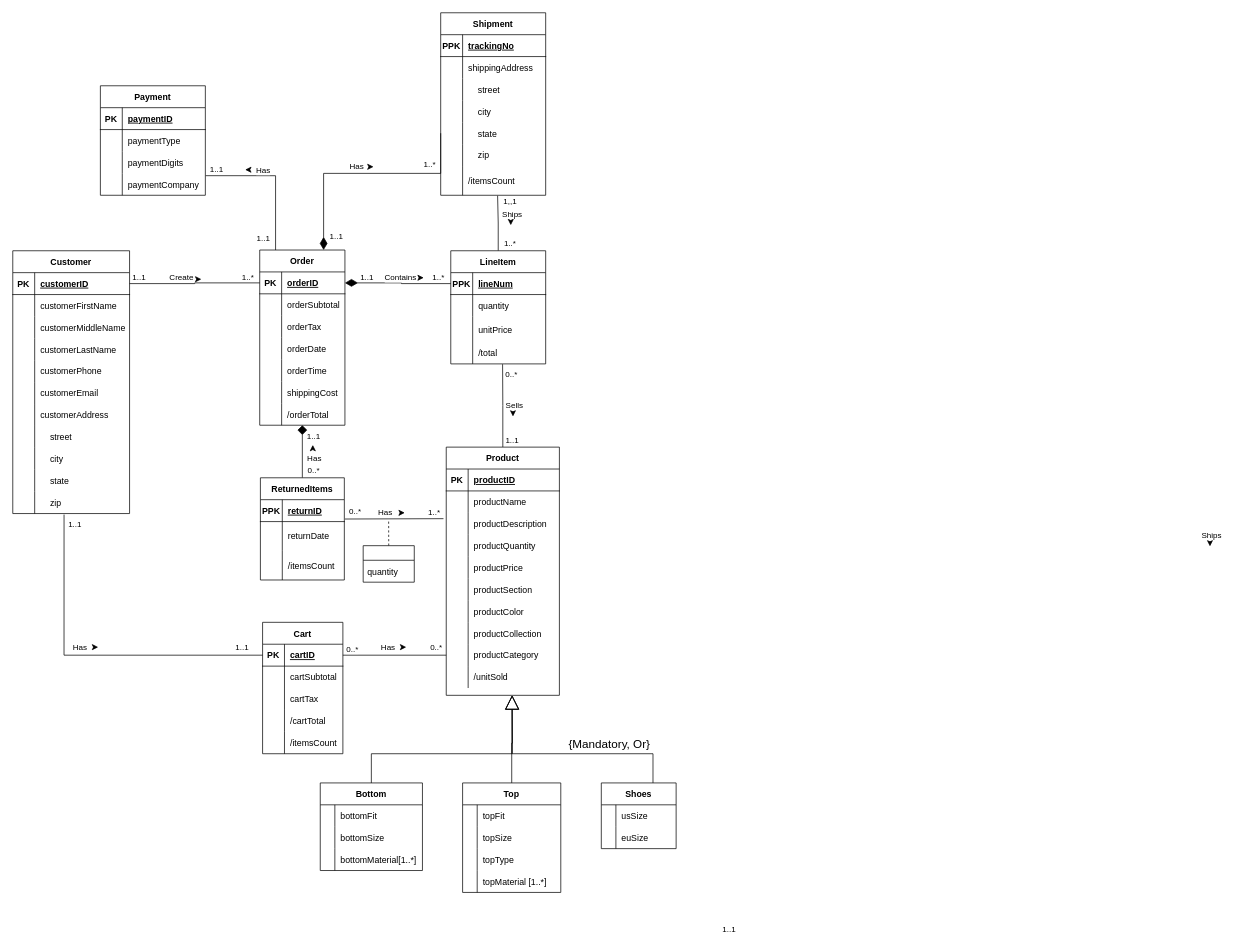
Before: ERD/test.drawio in avivfaraj/INFO605-Project, a draw.io diagram. Source tidied: cells renumbered, new cells numbered last; positions are measured from the earlier drawing's top-left corner, leaving out a move shared by most shapes. Both pictures are drawn from the tidied source at 73%, with x=0, y=0 at pixel (12, 12).
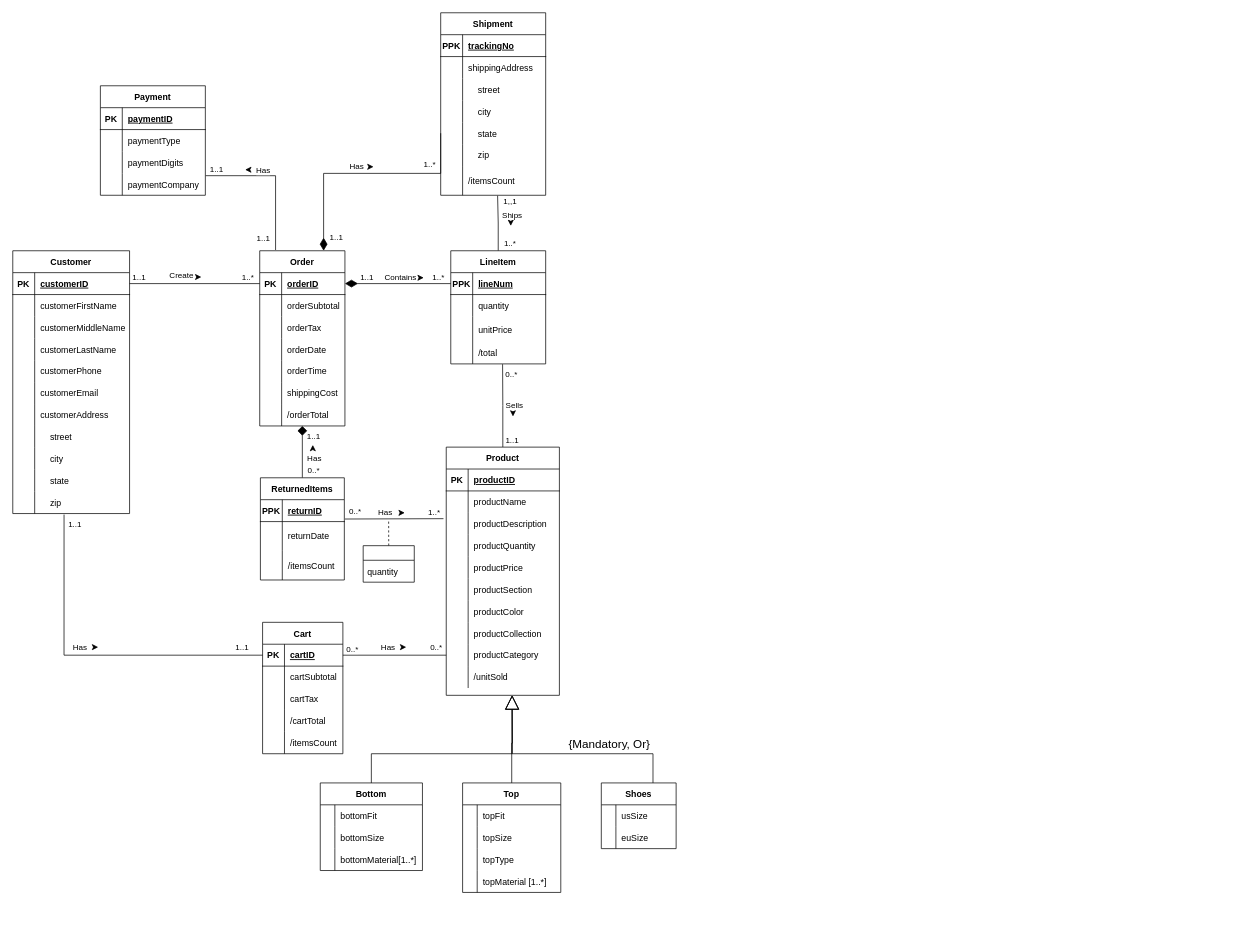
Above is the later version.

Unchanged cells that the change refers to:
```xml
<mxCell id="191" style="endArrow=none;html=1;rounded=0;exitX=0.439;exitY=1.046;exitDx=0;exitDy=0;exitPerimeter=0;entryX=0;entryY=0.5;entryDx=0;entryDy=0;edgeStyle=orthogonalEdgeStyle;" parent="1" edge="1" source="100" target="145">
  <mxGeometry relative="1" as="geometry">
    <Array as="points">
      <mxPoint x="70" y="880" />
    </Array>
  </mxGeometry>
</mxCell>
```

What changed in the source:
```diff
@@
     <mxCell id="106" value="Order" style="shape=table;startSize=30;childLayout=tableLayout;rowLines=0;fontStyle=1;align=center;" parent="1" vertex="1">
-      <mxGeometry x="338.3" y="325" width="116.7" height="240" as="geometry" />
+      <mxGeometry x="338.3" y="326" width="116.7" height="240" as="geometry" />
     </mxCell>
@@
     <mxCell id="179" style="endArrow=classic;html=1;rounded=0;" parent="1" edge="1">
       <mxGeometry relative="1" as="geometry">
-        <mxPoint x="251.3" y="365" as="sourcePoint" />
-        <mxPoint x="258.3" y="365" as="targetPoint" />
+        <mxPoint x="251.3" y="362" as="sourcePoint" />
+        <mxPoint x="258.3" y="362" as="targetPoint" />
       </mxGeometry>
     </mxCell>
@@
-    <mxCell id="193" value="1..1" style="edgeLabel;html=1;align=center;verticalAlign=middle;" parent="191" vertex="1">
-      <mxGeometry x="-0.91" y="-1" relative="1" as="geometry">
-        <mxPoint x="911" y="547" as="offset" />
-      </mxGeometry>
-    </mxCell>
@@
-    <mxCell id="226" style="endArrow=classic;html=1;rounded=0;" parent="1" edge="1">
-      <mxGeometry relative="1" as="geometry">
-        <mxPoint x="1640" y="725" as="sourcePoint" />
-        <mxPoint x="1640" y="731" as="targetPoint" />
-      </mxGeometry>
-    </mxCell>
-    <mxCell id="227" value="Ships" style="edgeLabel;html=1;align=center;verticalAlign=middle;" parent="226" vertex="1">
-      <mxGeometry x="-0.56" y="1" relative="1" as="geometry">
-        <mxPoint y="-11" as="offset" />
-      </mxGeometry>
-    </mxCell>
@@
     <mxCell id="251" style="endArrow=classic;html=1;rounded=0;" parent="1" edge="1">
       <mxGeometry relative="1" as="geometry">
-        <mxPoint x="682.2" y="285" as="sourcePoint" />
-        <mxPoint x="682.2" y="291" as="targetPoint" />
+        <mxPoint x="682.2" y="286" as="sourcePoint" />
+        <mxPoint x="682.2" y="292" as="targetPoint" />
       </mxGeometry>
     </mxCell>
```
